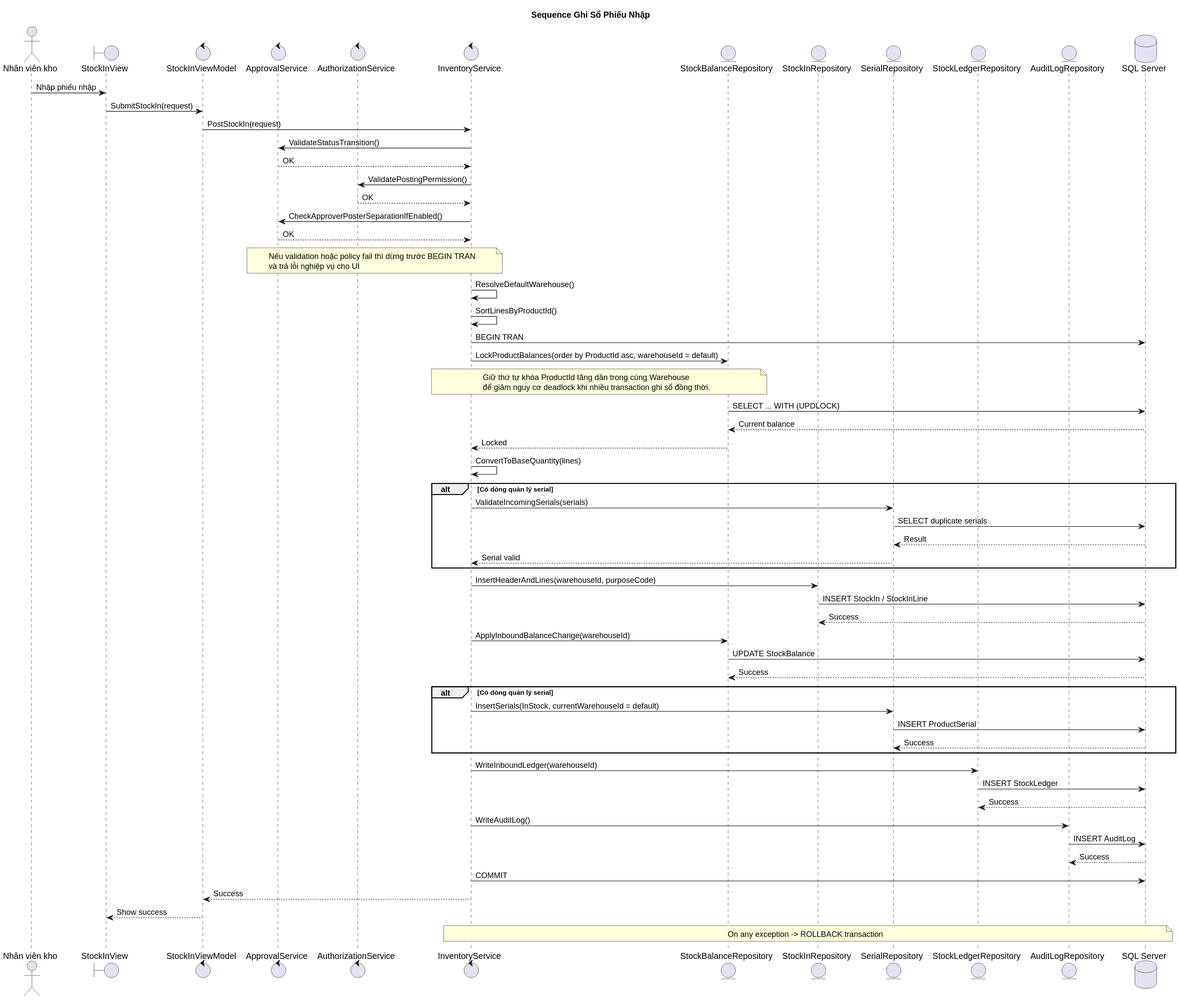
Above: Diagram/plantuml-svg/Sequence_NhapKho_GhiSo.svg in TheGiver262/WarePro (PlantUML), before the change. Source of this version:
```plantuml
@startuml
title Sequence Ghi Sổ Phiếu Nhập
actor "Nhân viên kho" as Storekeeper
boundary "StockInView" as UI
control "StockInViewModel" as VM
control "ApprovalService" as Approval
control "AuthorizationService" as Authorization
control "InventoryService" as Service
entity "StockBalanceRepository" as BalanceRepo
entity "StockInRepository" as StockRepo
entity "SerialRepository" as SerialRepo
entity "StockLedgerRepository" as LedgerRepo
entity "AuditLogRepository" as AuditRepo
database "SQL Server" as DB

Storekeeper -> UI : Nhập phiếu nhập
UI -> VM : SubmitStockIn(request)
VM -> Service : PostStockIn(request)
Service -> Approval : ValidateStatusTransition()
Approval --> Service : OK
Service -> Authorization : ValidatePostingPermission()
Authorization --> Service : OK
Service -> Approval : CheckApproverPosterSeparationIfEnabled()
Approval --> Service : OK
note over Service,Approval
  Nếu validation hoặc policy fail thì dừng trước BEGIN TRAN
  và trả lỗi nghiệp vụ cho UI
end note
Service -> Service : ResolveDefaultWarehouse()
Service -> Service : SortLinesByProductId()
Service -> DB : BEGIN TRAN
Service -> BalanceRepo : LockProductBalances(order by ProductId asc, warehouseId = default)
note over Service,BalanceRepo
  Giữ thứ tự khóa ProductId tăng dần trong cùng Warehouse
  để giảm nguy cơ deadlock khi nhiều transaction ghi sổ đồng thời.
end note
BalanceRepo -> DB : SELECT ... WITH (UPDLOCK)
DB --> BalanceRepo : Current balance
BalanceRepo --> Service : Locked
Service -> Service : ConvertToBaseQuantity(lines)

alt Có dòng quản lý serial
  Service -> SerialRepo : ValidateIncomingSerials(serials)
  SerialRepo -> DB : SELECT duplicate serials
  DB --> SerialRepo : Result
  SerialRepo --> Service : Serial valid
end

Service -> StockRepo : InsertHeaderAndLines(warehouseId, purposeCode)
StockRepo -> DB : INSERT StockIn / StockInLine
DB --> StockRepo : Success

Service -> BalanceRepo : ApplyInboundBalanceChange(warehouseId)
BalanceRepo -> DB : UPDATE StockBalance
DB --> BalanceRepo : Success

alt Có dòng quản lý serial
  Service -> SerialRepo : InsertSerials(InStock, currentWarehouseId = default)
  SerialRepo -> DB : INSERT ProductSerial
  DB --> SerialRepo : Success
end

Service -> LedgerRepo : WriteInboundLedger(warehouseId)
LedgerRepo -> DB : INSERT StockLedger
DB --> LedgerRepo : Success

Service -> AuditRepo : WriteAuditLog()
AuditRepo -> DB : INSERT AuditLog
DB --> AuditRepo : Success

    Service -> DB : COMMIT
    Service --> VM : Success
    VM --> UI : Show success
    note over Service,DB
      On any exception -> ROLLBACK transaction
end note
@enduml
```
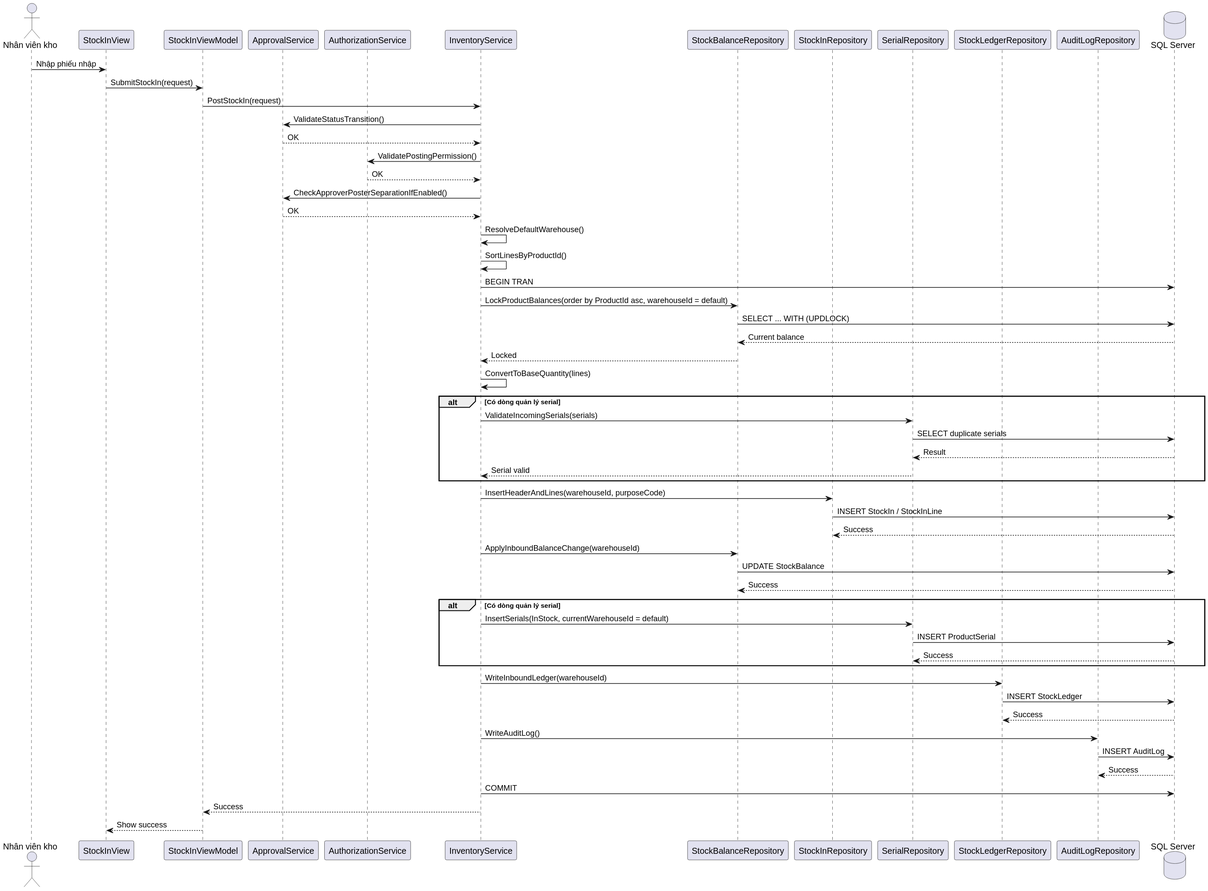
Later version of the same file.

The edit, as a diff of the source:
```diff
@@ -1,17 +1,16 @@
 @startuml
-title Sequence Ghi Sổ Phiếu Nhập
-actor "Nhân viên kho" as Storekeeper
-boundary "StockInView" as UI
-control "StockInViewModel" as VM
-control "ApprovalService" as Approval
-control "AuthorizationService" as Authorization
-control "InventoryService" as Service
-entity "StockBalanceRepository" as BalanceRepo
-entity "StockInRepository" as StockRepo
-entity "SerialRepository" as SerialRepo
-entity "StockLedgerRepository" as LedgerRepo
-entity "AuditLogRepository" as AuditRepo
-database "SQL Server" as DB
+actor Storekeeper as "Nhân viên kho"
+participant UI as "StockInView"
+participant VM as "StockInViewModel"
+participant Approval as "ApprovalService"
+participant Authorization as "AuthorizationService"
+participant Service as "InventoryService"
+participant BalanceRepo as "StockBalanceRepository"
+participant StockRepo as "StockInRepository"
+participant SerialRepo as "SerialRepository"
+participant LedgerRepo as "StockLedgerRepository"
+participant AuditRepo as "AuditLogRepository"
+database DB as "SQL Server"
 
 Storekeeper -> UI : Nhập phiếu nhập
 UI -> VM : SubmitStockIn(request)
@@ -22,28 +21,23 @@
 Authorization --> Service : OK
 Service -> Approval : CheckApproverPosterSeparationIfEnabled()
 Approval --> Service : OK
-note over Service,Approval
-  Nếu validation hoặc policy fail thì dừng trước BEGIN TRAN
-  và trả lỗi nghiệp vụ cho UI
-end note
+
 Service -> Service : ResolveDefaultWarehouse()
 Service -> Service : SortLinesByProductId()
 Service -> DB : BEGIN TRAN
+
 Service -> BalanceRepo : LockProductBalances(order by ProductId asc, warehouseId = default)
-note over Service,BalanceRepo
-  Giữ thứ tự khóa ProductId tăng dần trong cùng Warehouse
-  để giảm nguy cơ deadlock khi nhiều transaction ghi sổ đồng thời.
-end note
 BalanceRepo -> DB : SELECT ... WITH (UPDLOCK)
 DB --> BalanceRepo : Current balance
 BalanceRepo --> Service : Locked
+
 Service -> Service : ConvertToBaseQuantity(lines)
 
 alt Có dòng quản lý serial
-  Service -> SerialRepo : ValidateIncomingSerials(serials)
-  SerialRepo -> DB : SELECT duplicate serials
-  DB --> SerialRepo : Result
-  SerialRepo --> Service : Serial valid
+    Service -> SerialRepo : ValidateIncomingSerials(serials)
+    SerialRepo -> DB : SELECT duplicate serials
+    DB --> SerialRepo : Result
+    SerialRepo --> Service : Serial valid
 end
 
 Service -> StockRepo : InsertHeaderAndLines(warehouseId, purposeCode)
@@ -55,9 +49,9 @@
 DB --> BalanceRepo : Success
 
 alt Có dòng quản lý serial
-  Service -> SerialRepo : InsertSerials(InStock, currentWarehouseId = default)
-  SerialRepo -> DB : INSERT ProductSerial
-  DB --> SerialRepo : Success
+    Service -> SerialRepo : InsertSerials(InStock, currentWarehouseId = default)
+    SerialRepo -> DB : INSERT ProductSerial
+    DB --> SerialRepo : Success
 end
 
 Service -> LedgerRepo : WriteInboundLedger(warehouseId)
@@ -68,10 +62,7 @@
 AuditRepo -> DB : INSERT AuditLog
 DB --> AuditRepo : Success
 
-    Service -> DB : COMMIT
-    Service --> VM : Success
-    VM --> UI : Show success
-    note over Service,DB
-      On any exception -> ROLLBACK transaction
-end note
+Service -> DB : COMMIT
+Service --> VM : Success
+VM --> UI : Show success
 @enduml
```
